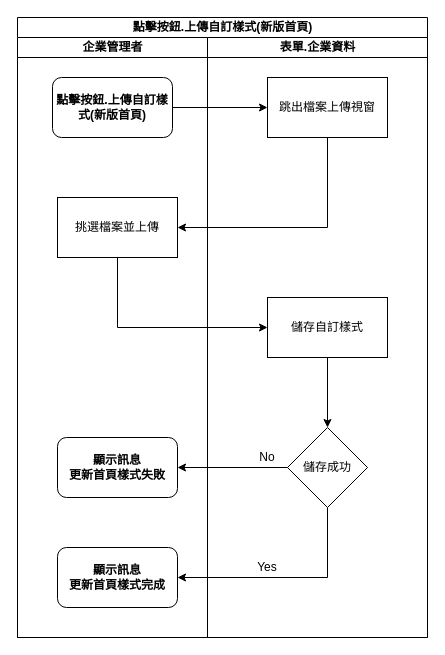
This is page "新版首頁_點擊按鈕_上傳自訂樣式" (5 of 13) of 8.10.1/RTE/SITE/enterprisedetail/diagram/企業資料.drawio from ArcareRD/sadocs, a draw.io file, before an edit. Source tidied: cells renumbered, new cells numbered last; positions are measured from the earlier drawing's top-left corner, leaving out a move shared by most shapes. Both pictures are drawn from the tidied source at 100%, with x=0, y=0 at pixel (17, 17).
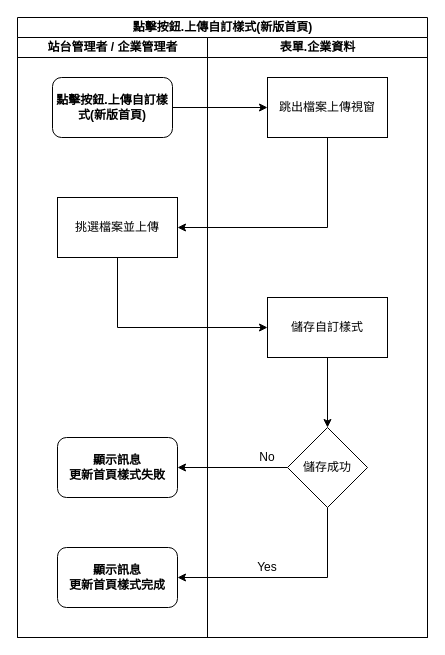
After the change.

What changed in the source:
```diff
@@
 <mxGraphModel>
   <root>
     <mxCell id="0" />
     <mxCell id="1" parent="0" />
     <mxCell id="2" value="點擊按鈕.上傳自訂樣式(新版首頁)" style="swimlane;html=1;startSize=20;" parent="1" vertex="1">
       <mxGeometry width="410" height="620" as="geometry" />
     </mxCell>
-    <mxCell id="3" value="企業管理者" style="swimlane;html=1;startSize=20;" parent="2" vertex="1">
+    <mxCell id="3" value="站台管理者 / 企業管理者" style="swimlane;html=1;startSize=20;" parent="2" vertex="1">
       <mxGeometry y="20" width="190" height="600" as="geometry" />
     </mxCell>
     <mxCell id="4" value="&lt;span style=&quot;font-weight: 700&quot;&gt;點擊按鈕.上傳自訂樣式(新版首頁)&lt;/span&gt;" style="rounded=1;whiteSpace=wrap;html=1;" parent="3" vertex="1">
       <mxGeometry x="35" y="40" width="120" height="60" as="geometry" />
     </mxCell>
     <mxCell id="5" value="挑選檔案並上傳" style="whiteSpace=wrap;html=1;rounded=0;" parent="3" vertex="1">
       <mxGeometry x="40" y="160" width="120" height="60" as="geometry" />
     </mxCell>
     <mxCell id="6" value="&lt;span style=&quot;font-weight: 700&quot;&gt;顯示訊息&lt;br&gt;更新首頁樣式失敗&lt;/span&gt;&lt;span style=&quot;font-weight: 700&quot;&gt;&lt;br&gt;&lt;/span&gt;" style="rounded=1;whiteSpace=wrap;html=1;" parent="3" vertex="1">
       <mxGeometry x="40" y="400" width="120" height="60" as="geometry" />
     </mxCell>
     <mxCell id="7" value="&lt;span style=&quot;font-weight: 700&quot;&gt;顯示訊息&lt;br&gt;更新首頁樣式完成&lt;/span&gt;" style="rounded=1;whiteSpace=wrap;html=1;" parent="3" vertex="1">
       <mxGeometry x="40" y="510" width="120" height="60" as="geometry" />
     </mxCell>
     <mxCell id="8" style="edgeStyle=orthogonalEdgeStyle;rounded=0;jettySize=auto;html=1;" parent="2" edge="1" source="4" target="13">
       <mxGeometry relative="1" as="geometry" />
     </mxCell>
     <mxCell id="9" value="表單.企業資料" style="swimlane;html=1;startSize=20;" parent="2" vertex="1">
       <mxGeometry x="190" y="20" width="220" height="600" as="geometry" />
     </mxCell>
     <mxCell id="10" value="No" style="text;html=1;strokeColor=none;fillColor=none;align=center;verticalAlign=middle;whiteSpace=wrap;rounded=0;" parent="9" vertex="1">
       <mxGeometry x="40" y="410" width="40" height="20" as="geometry" />
     </mxCell>
     <mxCell id="11" value="Yes" style="text;html=1;strokeColor=none;fillColor=none;align=center;verticalAlign=middle;whiteSpace=wrap;rounded=0;" parent="9" vertex="1">
       <mxGeometry x="40" y="520" width="40" height="20" as="geometry" />
     </mxCell>
     <mxCell id="12" value="儲存自訂樣式" style="whiteSpace=wrap;html=1;rounded=0;" parent="9" vertex="1">
       <mxGeometry x="60" y="260" width="120" height="60" as="geometry" />
     </mxCell>
     <mxCell id="13" value="跳出檔案上傳視窗" style="rounded=0;whiteSpace=wrap;html=1;" parent="9" vertex="1">
       <mxGeometry x="60" y="40" width="120" height="60" as="geometry" />
     </mxCell>
     <mxCell id="14" style="edgeStyle=orthogonalEdgeStyle;rounded=0;jettySize=auto;html=1;exitX=0.5;exitY=1;exitDx=0;exitDy=0;entryX=1;entryY=0.5;entryDx=0;entryDy=0;" parent="2" edge="1" source="13" target="5">
       <mxGeometry relative="1" as="geometry" />
     </mxCell>
     <mxCell id="15" style="edgeStyle=orthogonalEdgeStyle;rounded=0;jettySize=auto;html=1;exitX=0.5;exitY=1;exitDx=0;exitDy=0;entryX=0;entryY=0.5;entryDx=0;entryDy=0;" parent="2" edge="1" source="5" target="12">
       <mxGeometry relative="1" as="geometry" />
     </mxCell>
     <mxCell id="16" style="edgeStyle=orthogonalEdgeStyle;rounded=0;jettySize=auto;html=1;" parent="1" edge="1" source="18" target="6">
       <mxGeometry relative="1" as="geometry" />
     </mxCell>
     <mxCell id="17" style="edgeStyle=orthogonalEdgeStyle;rounded=0;jettySize=auto;html=1;entryX=1;entryY=0.5;entryDx=0;entryDy=0;exitX=0.5;exitY=1;exitDx=0;exitDy=0;" parent="1" edge="1" source="18" target="7">
       <mxGeometry relative="1" as="geometry" />
     </mxCell>
     <mxCell id="18" value="儲存成功" style="rhombus;whiteSpace=wrap;html=1;rounded=0;" parent="1" vertex="1">
       <mxGeometry x="270" y="410" width="80" height="80" as="geometry" />
     </mxCell>
     <mxCell id="19" style="edgeStyle=orthogonalEdgeStyle;rounded=0;jettySize=auto;html=1;" parent="1" edge="1" source="12" target="18">
       <mxGeometry relative="1" as="geometry" />
     </mxCell>
   </root>
 </mxGraphModel>
```
